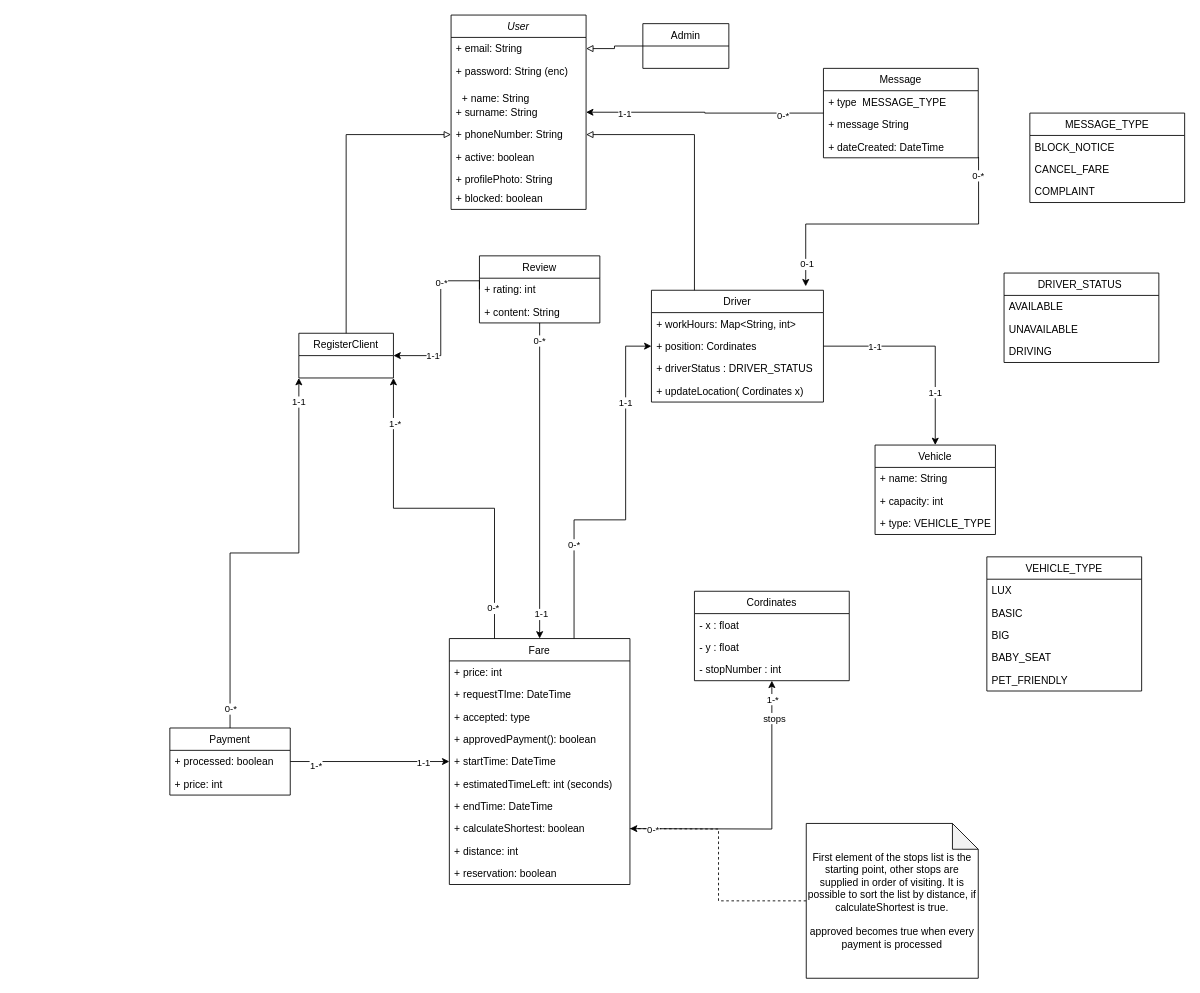
This is KTS-NWT.drawio from GajicMladen/nwt-kts-api, a draw.io file, before an edit. Source tidied: cells renumbered, new cells numbered last; positions are measured from the earlier drawing's top-left corner, leaving out a move shared by most shapes. Both pictures are drawn from the tidied source at 86%, with x=0, y=0 at pixel (169, 15).
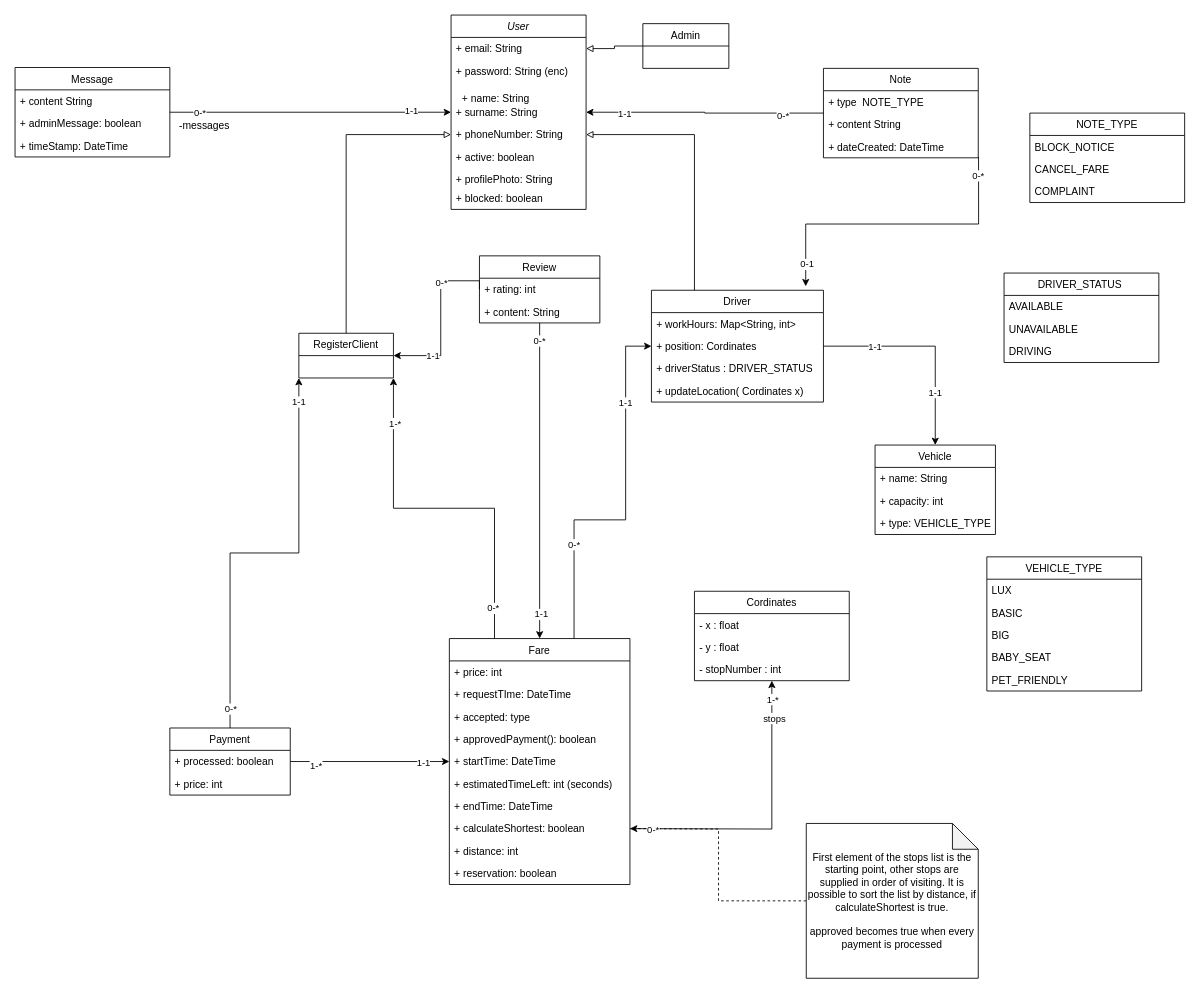
Above is the later version.

Unchanged cells that the change refers to:
```xml
<mxCell id="13" value="User" style="swimlane;fontStyle=2;horizontal=1;startSize=26;fillColor=none;" parent="1" vertex="1">
  <mxGeometry x="327" width="157" height="226" as="geometry" />
</mxCell>
```

What changed in the source:
```diff
@@
-    <mxCell id="69" value="Message" style="swimlane;fontStyle=0;horizontal=1;startSize=26;fillColor=none;" parent="1" vertex="1">
+    <mxCell id="69" value="Note" style="swimlane;fontStyle=0;horizontal=1;startSize=26;fillColor=none;" parent="1" vertex="1">
       <mxGeometry x="760" y="62" width="180" height="104" as="geometry" />
     </mxCell>
-    <mxCell id="70" value="+ type  MESSAGE_TYPE" style="text;strokeColor=none;fillColor=none;align=left;verticalAlign=top;spacingLeft=4;spacingRight=4;overflow=hidden;" parent="69" vertex="1">
+    <mxCell id="70" value="+ type  NOTE_TYPE" style="text;strokeColor=none;fillColor=none;align=left;verticalAlign=top;spacingLeft=4;spacingRight=4;overflow=hidden;" parent="69" vertex="1">
       <mxGeometry y="26" width="180" height="26" as="geometry" />
     </mxCell>
-    <mxCell id="71" value="+ message String&#10;" style="text;strokeColor=none;fillColor=none;align=left;verticalAlign=top;spacingLeft=4;spacingRight=4;overflow=hidden;" parent="69" vertex="1">
+    <mxCell id="71" value="+ content String" style="text;strokeColor=none;fillColor=none;align=left;verticalAlign=top;spacingLeft=4;spacingRight=4;overflow=hidden;" parent="69" vertex="1">
       <mxGeometry y="52" width="180" height="26" as="geometry" />
     </mxCell>
@@
-    <mxCell id="77" value="MESSAGE_TYPE" style="swimlane;fontStyle=0;horizontal=1;startSize=26;fillColor=none;" parent="1" vertex="1">
+    <mxCell id="77" value="NOTE_TYPE" style="swimlane;fontStyle=0;horizontal=1;startSize=26;fillColor=none;" parent="1" vertex="1">
       <mxGeometry x="1000" y="114" width="180" height="104" as="geometry" />
     </mxCell>
@@
+    <mxCell id="97" style="edgeStyle=orthogonalEdgeStyle;rounded=0;jettySize=auto;html=1;" parent="1" edge="1" source="100" target="13">
+      <mxGeometry relative="1" as="geometry" />
+    </mxCell>
+    <mxCell id="98" value="0-*" style="edgeLabel;html=1;align=center;verticalAlign=middle;" parent="97" vertex="1">
+      <mxGeometry x="-0.79" relative="1" as="geometry" />
+    </mxCell>
+    <mxCell id="99" value="1-1" style="edgeLabel;html=1;align=center;verticalAlign=middle;" parent="97" vertex="1">
+      <mxGeometry x="0.71" y="3" relative="1" as="geometry" />
+    </mxCell>
+    <mxCell id="100" value="Message" style="swimlane;fontStyle=0;horizontal=1;startSize=26;fillColor=none;" parent="1" vertex="1">
+      <mxGeometry x="-180" y="61" width="180" height="104" as="geometry" />
+    </mxCell>
+    <mxCell id="101" value="+ content String" style="text;strokeColor=none;fillColor=none;align=left;verticalAlign=top;spacingLeft=4;spacingRight=4;overflow=hidden;" parent="100" vertex="1">
+      <mxGeometry y="26" width="180" height="26" as="geometry" />
+    </mxCell>
+    <mxCell id="102" value="+ adminMessage: boolean" style="text;strokeColor=none;fillColor=none;align=left;verticalAlign=top;spacingLeft=4;spacingRight=4;overflow=hidden;" parent="100" vertex="1">
+      <mxGeometry y="52" width="180" height="26" as="geometry" />
+    </mxCell>
+    <mxCell id="103" value="+ timeStamp: DateTime" style="text;strokeColor=none;fillColor=none;align=left;verticalAlign=top;spacingLeft=4;spacingRight=4;overflow=hidden;" parent="100" vertex="1">
+      <mxGeometry y="78" width="180" height="26" as="geometry" />
+    </mxCell>
+    <mxCell id="104" value="-messages" style="text;html=1;align=center;verticalAlign=middle;strokeColor=none;fillColor=none;" parent="1" vertex="1">
+      <mxGeometry y="114" width="80" height="30" as="geometry" />
+    </mxCell>
```
